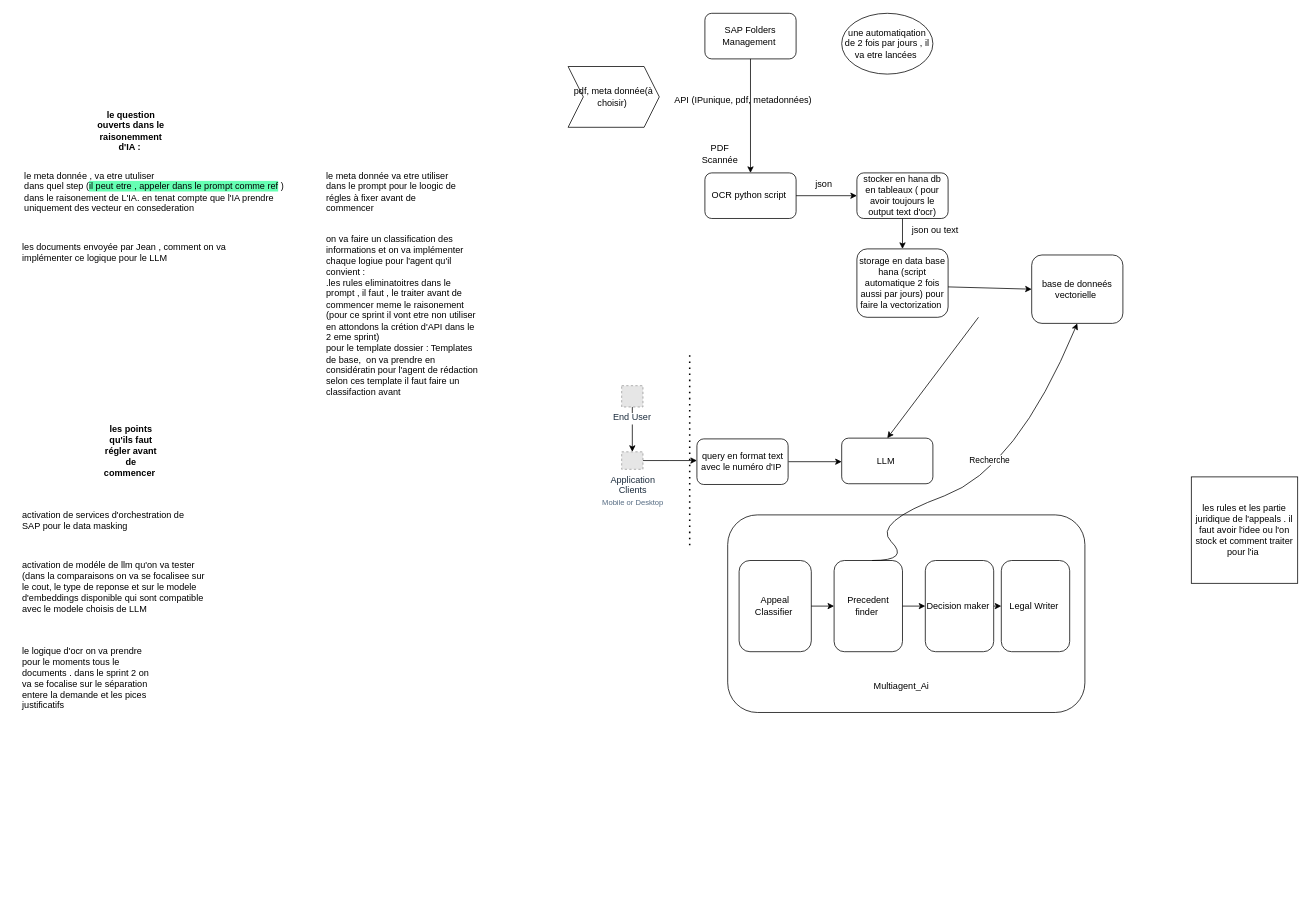
Before: architectureAI_appeals.drawio in sahar389/algorithme.data_structre, a draw.io diagram. Source tidied: cells renumbered, new cells numbered last; positions are measured from the earlier drawing's top-left corner, leaving out a move shared by most shapes. Both pictures are drawn from the tidied source at 76%, with x=0, y=0 at pixel (13, 13). Pictures stored in the file or linked from it are replaced by grey dashed boxes.
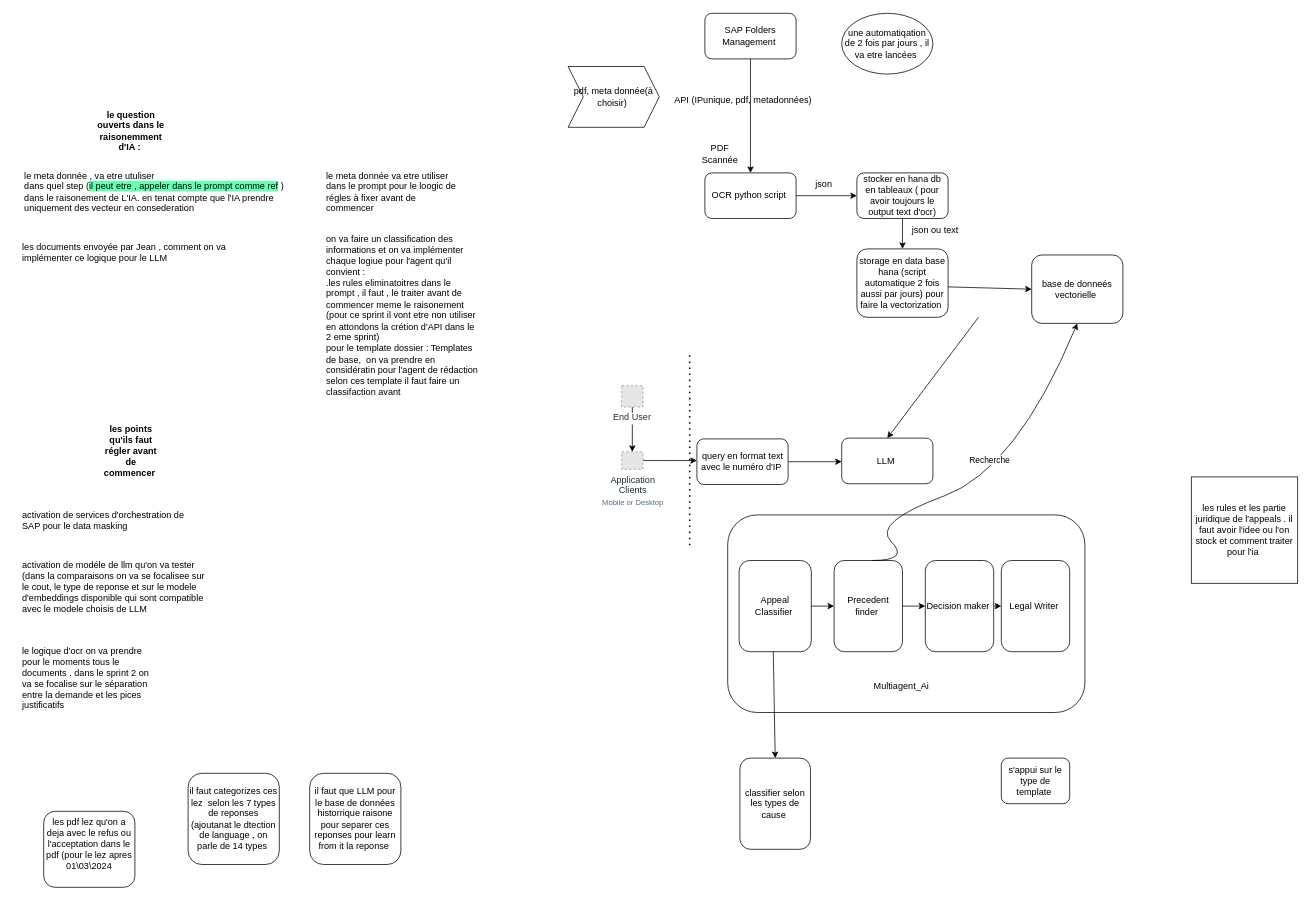
The same page after the edit.

Change to the diagram source:
```diff
@@
-    <mxCell id="47" value="le logique d'ocr on va prendre pour le moments tous le documents . dans le sprint 2 on va se focalise sur le séparation entere la demande et les pices justificatifs&amp;nbsp;" style="text;html=1;align=left;verticalAlign=middle;whiteSpace=wrap;rounded=0;" parent="1" vertex="1">
+    <mxCell id="47" value="le logique d'ocr on va prendre pour le moments tous le documents . dans le sprint 2 on va se focalise sur le séparation entre la demande et les pices justificatifs&amp;nbsp;" style="text;html=1;align=left;verticalAlign=middle;whiteSpace=wrap;rounded=0;" parent="1" vertex="1">
       <mxGeometry x="10" y="860" width="180" height="30" as="geometry" />
     </mxCell>
+    <mxCell id="48" value="les pdf lez qu'on a deja avec le refus ou l'acceptation dans le pdf (pour le lez apres 01\03&lt;span style=&quot;background-color: transparent; color: light-dark(rgb(0, 0, 0), rgb(255, 255, 255));&quot;&gt;\2024&lt;/span&gt;&lt;div&gt;&lt;div&gt;&lt;br&gt;&lt;/div&gt;&lt;/div&gt;" style="rounded=1;whiteSpace=wrap;html=1;" parent="1" vertex="1">
+      <mxGeometry x="40" y="1050" width="120" height="100" as="geometry" />
+    </mxCell>
+    <mxCell id="49" value="il faut categorizes ces lez&amp;nbsp;&lt;span style=&quot;background-color: transparent; color: light-dark(rgb(0, 0, 0), rgb(255, 255, 255));&quot;&gt;&amp;nbsp;selon les 7 types de reponses (ajoutanat le dtection de language , on parle de 14 types&amp;nbsp;&lt;/span&gt;" style="rounded=1;whiteSpace=wrap;html=1;" parent="1" vertex="1">
+      <mxGeometry x="230" y="1000" width="120" height="120" as="geometry" />
+    </mxCell>
+    <mxCell id="50" value="il faut que LLM pour le base de données historrique raisone pour separer ces reponses pour learn from it la reponse&amp;nbsp;" style="rounded=1;whiteSpace=wrap;html=1;" parent="1" vertex="1">
+      <mxGeometry x="390" y="1000" width="120" height="120" as="geometry" />
+    </mxCell>
+    <mxCell id="51" value="classifier selon les types de cause&amp;nbsp;" style="rounded=1;whiteSpace=wrap;html=1;" parent="1" vertex="1">
+      <mxGeometry x="956.1" y="980" width="92.8" height="120" as="geometry" />
+    </mxCell>
+    <mxCell id="52" style="endArrow=classic;html=1;rounded=0;entryX=0.5;entryY=0;entryDx=0;entryDy=0;" parent="1" edge="1" target="51">
+      <mxGeometry relative="1" as="geometry">
+        <mxPoint x="1000" y="840" as="sourcePoint" />
+      </mxGeometry>
+    </mxCell>
+    <mxCell id="53" value="s'appui sur le type de template&amp;nbsp;" style="rounded=1;whiteSpace=wrap;html=1;" parent="1" vertex="1">
+      <mxGeometry x="1300" y="980" width="90" height="60" as="geometry" />
+    </mxCell>
```
